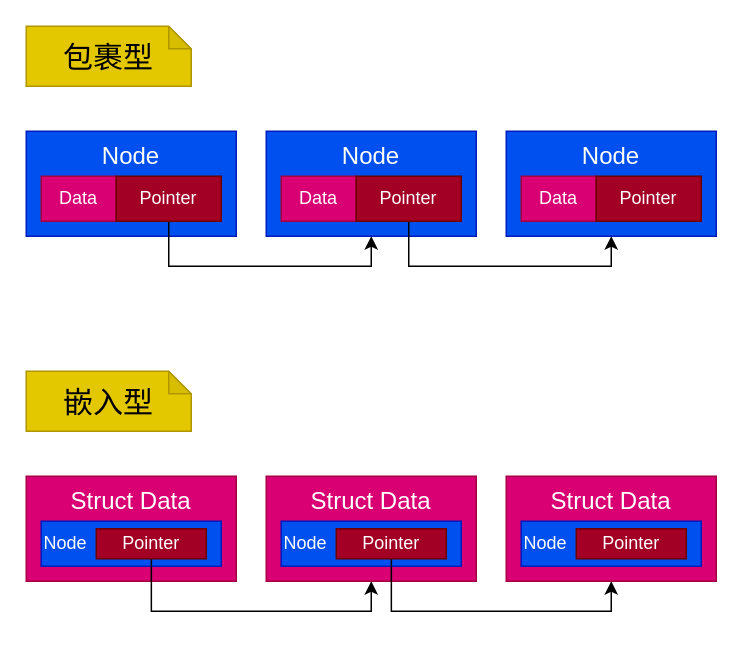
Before: page "链表-种类" (1 of 3) of images/数据结构.drawio in caoaolong/coding-soul-docs, a draw.io diagram. Source tidied: cells renumbered, new cells numbered last; positions are measured from the earlier drawing's top-left corner, leaving out a move shared by most shapes. Both pictures are drawn from the tidied source at 150%, with x=0, y=0 at pixel (26, 26).
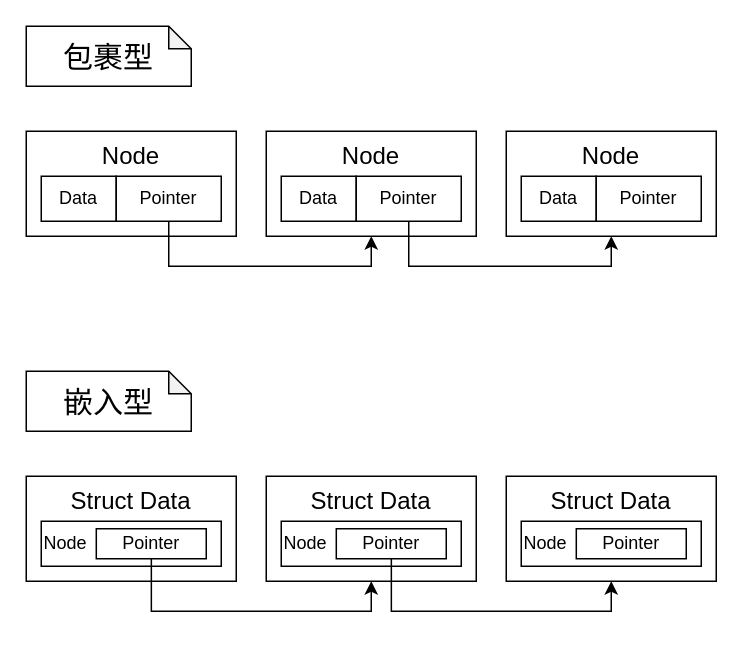
After the change.

The edit, as a diff of the source:
```diff
@@
-    <mxCell id="2" value="包裹型" style="shape=note;whiteSpace=wrap;html=1;backgroundOutline=1;darkOpacity=0.05;size=15;fillColor=#e3c800;fontColor=#000000;strokeColor=#B09500;fontSize=20;" parent="1" vertex="1">
+    <mxCell id="2" value="包裹型" style="shape=note;whiteSpace=wrap;html=1;backgroundOutline=1;darkOpacity=0.05;size=15;fontSize=20;labelBackgroundColor=none;" parent="1" vertex="1">
       <mxGeometry width="110" height="40" as="geometry" />
     </mxCell>
-    <mxCell id="3" style="group;" parent="1" vertex="1">
+    <mxCell id="3" style="group;labelBackgroundColor=none;" parent="1" vertex="1">
       <mxGeometry y="70" width="460" height="90" as="geometry" />
     </mxCell>
-    <mxCell id="4" value="Node" style="rounded=0;whiteSpace=wrap;html=1;fontSize=16;verticalAlign=top;fillColor=#0050ef;strokeColor=#001DBC;fontColor=#ffffff;" parent="3" vertex="1">
+    <mxCell id="4" value="Node" style="rounded=0;whiteSpace=wrap;html=1;fontSize=16;verticalAlign=top;labelBackgroundColor=none;" parent="3" vertex="1">
       <mxGeometry width="140" height="70" as="geometry" />
     </mxCell>
-    <mxCell id="5" value="Data" style="rounded=0;whiteSpace=wrap;html=1;fillColor=#d80073;fontColor=#ffffff;strokeColor=#A50040;" parent="3" vertex="1">
+    <mxCell id="5" value="Data" style="rounded=0;whiteSpace=wrap;html=1;labelBackgroundColor=none;" parent="3" vertex="1">
       <mxGeometry x="10" y="30" width="50" height="30" as="geometry" />
     </mxCell>
-    <mxCell id="6" style="edgeStyle=orthogonalEdgeStyle;rounded=0;jettySize=auto;html=1;entryX=0.5;entryY=1;entryDx=0;entryDy=0;exitX=0.5;exitY=1;exitDx=0;exitDy=0;" parent="3" edge="1" source="7" target="8">
+    <mxCell id="6" style="edgeStyle=orthogonalEdgeStyle;rounded=0;jettySize=auto;html=1;entryX=0.5;entryY=1;entryDx=0;entryDy=0;exitX=0.5;exitY=1;exitDx=0;exitDy=0;labelBackgroundColor=none;fontColor=default;" parent="3" edge="1" source="7" target="8">
       <mxGeometry relative="1" as="geometry">
         <Array as="points">
           <mxPoint x="95" y="90" />
           <mxPoint x="230" y="90" />
         </Array>
       </mxGeometry>
     </mxCell>
-    <mxCell id="7" value="Pointer" style="rounded=0;whiteSpace=wrap;html=1;fillColor=#a20025;fontColor=#ffffff;strokeColor=#6F0000;" parent="3" vertex="1">
+    <mxCell id="7" value="Pointer" style="rounded=0;whiteSpace=wrap;html=1;labelBackgroundColor=none;" parent="3" vertex="1">
       <mxGeometry x="60" y="30" width="70" height="30" as="geometry" />
     </mxCell>
-    <mxCell id="8" value="Node" style="rounded=0;whiteSpace=wrap;html=1;fontSize=16;verticalAlign=top;fillColor=#0050ef;strokeColor=#001DBC;fontColor=#ffffff;" parent="3" vertex="1">
+    <mxCell id="8" value="Node" style="rounded=0;whiteSpace=wrap;html=1;fontSize=16;verticalAlign=top;labelBackgroundColor=none;" parent="3" vertex="1">
       <mxGeometry x="160" width="140" height="70" as="geometry" />
     </mxCell>
-    <mxCell id="9" value="Data" style="rounded=0;whiteSpace=wrap;html=1;fillColor=#d80073;fontColor=#ffffff;strokeColor=#A50040;" parent="3" vertex="1">
+    <mxCell id="9" value="Data" style="rounded=0;whiteSpace=wrap;html=1;labelBackgroundColor=none;" parent="3" vertex="1">
       <mxGeometry x="170" y="30" width="50" height="30" as="geometry" />
     </mxCell>
-    <mxCell id="10" style="edgeStyle=orthogonalEdgeStyle;rounded=0;jettySize=auto;html=1;entryX=0.5;entryY=1;entryDx=0;entryDy=0;exitX=0.5;exitY=1;exitDx=0;exitDy=0;" parent="3" edge="1" source="11" target="12">
+    <mxCell id="10" style="edgeStyle=orthogonalEdgeStyle;rounded=0;jettySize=auto;html=1;entryX=0.5;entryY=1;entryDx=0;entryDy=0;exitX=0.5;exitY=1;exitDx=0;exitDy=0;labelBackgroundColor=none;fontColor=default;" parent="3" edge="1" source="11" target="12">
       <mxGeometry relative="1" as="geometry">
         <Array as="points">
           <mxPoint x="255" y="90" />
           <mxPoint x="390" y="90" />
         </Array>
       </mxGeometry>
     </mxCell>
-    <mxCell id="11" value="Pointer" style="rounded=0;whiteSpace=wrap;html=1;fillColor=#a20025;fontColor=#ffffff;strokeColor=#6F0000;" parent="3" vertex="1">
+    <mxCell id="11" value="Pointer" style="rounded=0;whiteSpace=wrap;html=1;labelBackgroundColor=none;" parent="3" vertex="1">
       <mxGeometry x="220" y="30" width="70" height="30" as="geometry" />
     </mxCell>
-    <mxCell id="12" value="Node" style="rounded=0;whiteSpace=wrap;html=1;fontSize=16;verticalAlign=top;fillColor=#0050ef;strokeColor=#001DBC;fontColor=#ffffff;" parent="3" vertex="1">
+    <mxCell id="12" value="Node" style="rounded=0;whiteSpace=wrap;html=1;fontSize=16;verticalAlign=top;labelBackgroundColor=none;" parent="3" vertex="1">
       <mxGeometry x="320" width="140" height="70" as="geometry" />
     </mxCell>
-    <mxCell id="13" value="Data" style="rounded=0;whiteSpace=wrap;html=1;fillColor=#d80073;fontColor=#ffffff;strokeColor=#A50040;" parent="3" vertex="1">
+    <mxCell id="13" value="Data" style="rounded=0;whiteSpace=wrap;html=1;labelBackgroundColor=none;" parent="3" vertex="1">
       <mxGeometry x="330" y="30" width="50" height="30" as="geometry" />
     </mxCell>
-    <mxCell id="14" value="Pointer" style="rounded=0;whiteSpace=wrap;html=1;fillColor=#a20025;fontColor=#ffffff;strokeColor=#6F0000;" parent="3" vertex="1">
+    <mxCell id="14" value="Pointer" style="rounded=0;whiteSpace=wrap;html=1;labelBackgroundColor=none;" parent="3" vertex="1">
       <mxGeometry x="380" y="30" width="70" height="30" as="geometry" />
     </mxCell>
-    <mxCell id="15" value="嵌入型" style="shape=note;whiteSpace=wrap;html=1;backgroundOutline=1;darkOpacity=0.05;size=15;fillColor=#e3c800;fontColor=#000000;strokeColor=#B09500;fontSize=20;" parent="1" vertex="1">
+    <mxCell id="15" value="嵌入型" style="shape=note;whiteSpace=wrap;html=1;backgroundOutline=1;darkOpacity=0.05;size=15;fontSize=20;labelBackgroundColor=none;" parent="1" vertex="1">
       <mxGeometry y="230" width="110" height="40" as="geometry" />
     </mxCell>
-    <mxCell id="16" style="group;" parent="1" vertex="1">
+    <mxCell id="16" style="group;labelBackgroundColor=none;" parent="1" vertex="1">
       <mxGeometry y="300" width="460" height="90" as="geometry" />
     </mxCell>
-    <mxCell id="17" value="Struct Data" style="rounded=0;whiteSpace=wrap;html=1;fontSize=16;verticalAlign=top;fillColor=#d80073;strokeColor=#A50040;fontColor=#ffffff;" parent="16" vertex="1">
+    <mxCell id="17" value="Struct Data" style="rounded=0;whiteSpace=wrap;html=1;fontSize=16;verticalAlign=top;labelBackgroundColor=none;" parent="16" vertex="1">
       <mxGeometry width="140" height="70" as="geometry" />
     </mxCell>
-    <mxCell id="18" value="Node" style="rounded=0;whiteSpace=wrap;html=1;fillColor=#0050ef;fontColor=#ffffff;strokeColor=#001DBC;labelPosition=center;verticalLabelPosition=middle;align=left;verticalAlign=middle;" parent="16" vertex="1">
+    <mxCell id="18" value="Node" style="rounded=0;whiteSpace=wrap;html=1;labelPosition=center;verticalLabelPosition=middle;align=left;verticalAlign=middle;labelBackgroundColor=none;" parent="16" vertex="1">
       <mxGeometry x="10" y="30" width="120" height="30" as="geometry" />
     </mxCell>
-    <mxCell id="19" style="edgeStyle=orthogonalEdgeStyle;rounded=0;jettySize=auto;html=1;entryX=0.5;entryY=1;entryDx=0;entryDy=0;" parent="16" edge="1" source="20" target="21">
+    <mxCell id="19" style="edgeStyle=orthogonalEdgeStyle;rounded=0;jettySize=auto;html=1;entryX=0.5;entryY=1;entryDx=0;entryDy=0;labelBackgroundColor=none;fontColor=default;" parent="16" edge="1" source="20" target="21">
       <mxGeometry relative="1" as="geometry">
         <Array as="points">
           <mxPoint x="83" y="90" />
           <mxPoint x="230" y="90" />
         </Array>
       </mxGeometry>
     </mxCell>
-    <mxCell id="20" value="Pointer" style="rounded=0;whiteSpace=wrap;html=1;fillColor=#a20025;fontColor=#ffffff;strokeColor=#6F0000;" parent="16" vertex="1">
+    <mxCell id="20" value="Pointer" style="rounded=0;whiteSpace=wrap;html=1;labelBackgroundColor=none;" parent="16" vertex="1">
       <mxGeometry x="46.7" y="35" width="73.3" height="20" as="geometry" />
     </mxCell>
-    <mxCell id="21" value="Struct Data" style="rounded=0;whiteSpace=wrap;html=1;fontSize=16;verticalAlign=top;fillColor=#d80073;strokeColor=#A50040;fontColor=#ffffff;" parent="16" vertex="1">
+    <mxCell id="21" value="Struct Data" style="rounded=0;whiteSpace=wrap;html=1;fontSize=16;verticalAlign=top;labelBackgroundColor=none;" parent="16" vertex="1">
       <mxGeometry x="160" width="140" height="70" as="geometry" />
     </mxCell>
-    <mxCell id="22" value="Node" style="rounded=0;whiteSpace=wrap;html=1;fillColor=#0050ef;fontColor=#ffffff;strokeColor=#001DBC;labelPosition=center;verticalLabelPosition=middle;align=left;verticalAlign=middle;" parent="16" vertex="1">
+    <mxCell id="22" value="Node" style="rounded=0;whiteSpace=wrap;html=1;labelPosition=center;verticalLabelPosition=middle;align=left;verticalAlign=middle;labelBackgroundColor=none;" parent="16" vertex="1">
       <mxGeometry x="170" y="30" width="120" height="30" as="geometry" />
     </mxCell>
-    <mxCell id="23" style="edgeStyle=orthogonalEdgeStyle;rounded=0;jettySize=auto;html=1;entryX=0.5;entryY=1;entryDx=0;entryDy=0;" parent="16" edge="1" source="24" target="25">
+    <mxCell id="23" style="edgeStyle=orthogonalEdgeStyle;rounded=0;jettySize=auto;html=1;entryX=0.5;entryY=1;entryDx=0;entryDy=0;labelBackgroundColor=none;fontColor=default;" parent="16" edge="1" source="24" target="25">
       <mxGeometry relative="1" as="geometry">
         <Array as="points">
           <mxPoint x="243" y="90" />
           <mxPoint x="390" y="90" />
         </Array>
       </mxGeometry>
     </mxCell>
-    <mxCell id="24" value="Pointer" style="rounded=0;whiteSpace=wrap;html=1;fillColor=#a20025;fontColor=#ffffff;strokeColor=#6F0000;" parent="16" vertex="1">
+    <mxCell id="24" value="Pointer" style="rounded=0;whiteSpace=wrap;html=1;labelBackgroundColor=none;" parent="16" vertex="1">
       <mxGeometry x="206.7" y="35" width="73.3" height="20" as="geometry" />
     </mxCell>
-    <mxCell id="25" value="Struct Data" style="rounded=0;whiteSpace=wrap;html=1;fontSize=16;verticalAlign=top;fillColor=#d80073;strokeColor=#A50040;fontColor=#ffffff;" parent="16" vertex="1">
+    <mxCell id="25" value="Struct Data" style="rounded=0;whiteSpace=wrap;html=1;fontSize=16;verticalAlign=top;labelBackgroundColor=none;" parent="16" vertex="1">
       <mxGeometry x="320" width="140" height="70" as="geometry" />
     </mxCell>
-    <mxCell id="26" value="Node" style="rounded=0;whiteSpace=wrap;html=1;fillColor=#0050ef;fontColor=#ffffff;strokeColor=#001DBC;labelPosition=center;verticalLabelPosition=middle;align=left;verticalAlign=middle;" parent="16" vertex="1">
+    <mxCell id="26" value="Node" style="rounded=0;whiteSpace=wrap;html=1;labelPosition=center;verticalLabelPosition=middle;align=left;verticalAlign=middle;labelBackgroundColor=none;" parent="16" vertex="1">
       <mxGeometry x="330" y="30" width="120" height="30" as="geometry" />
     </mxCell>
-    <mxCell id="27" value="Pointer" style="rounded=0;whiteSpace=wrap;html=1;fillColor=#a20025;fontColor=#ffffff;strokeColor=#6F0000;" parent="16" vertex="1">
+    <mxCell id="27" value="Pointer" style="rounded=0;whiteSpace=wrap;html=1;labelBackgroundColor=none;" parent="16" vertex="1">
       <mxGeometry x="366.7" y="35" width="73.3" height="20" as="geometry" />
     </mxCell>
```
